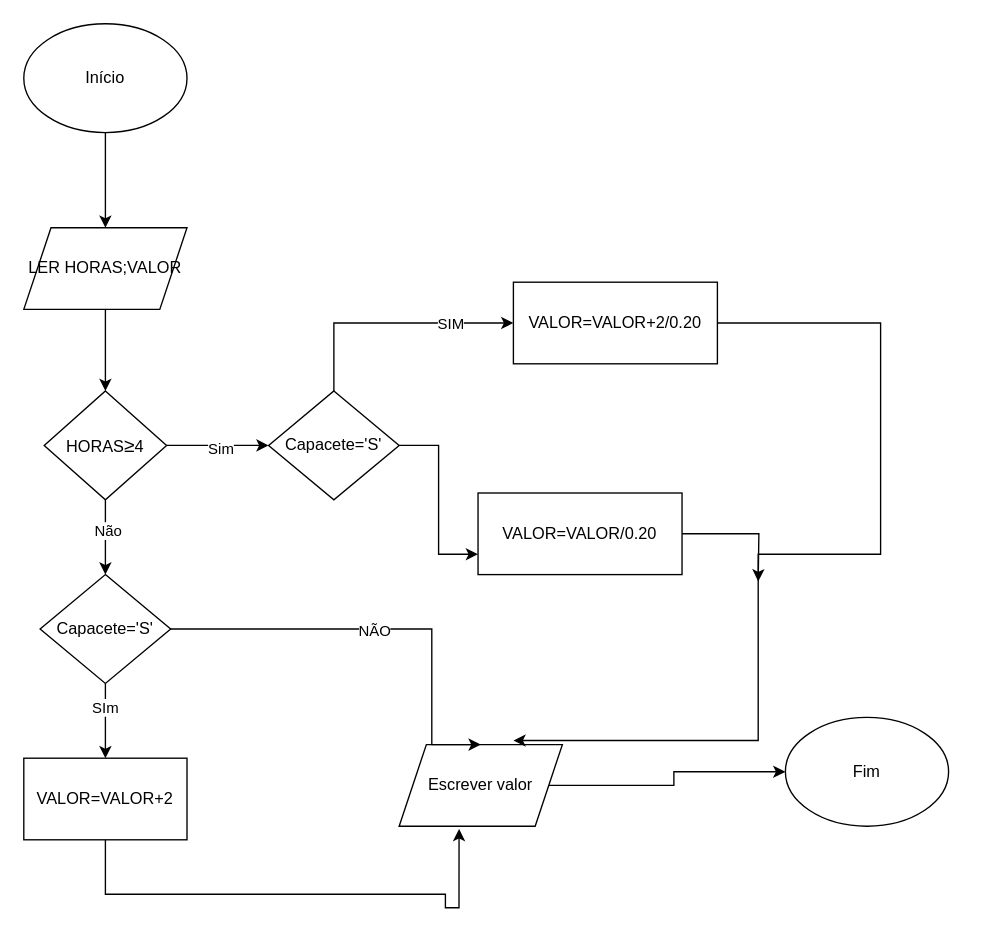
Before: TESTE EX9.drawio in Rato0101/Fluxogramas, a draw.io diagram. Source tidied: cells renumbered, new cells numbered last; positions are measured from the earlier drawing's top-left corner, leaving out a move shared by most shapes. Both pictures are drawn from the tidied source at 136%, with x=0, y=0 at pixel (23, 23).
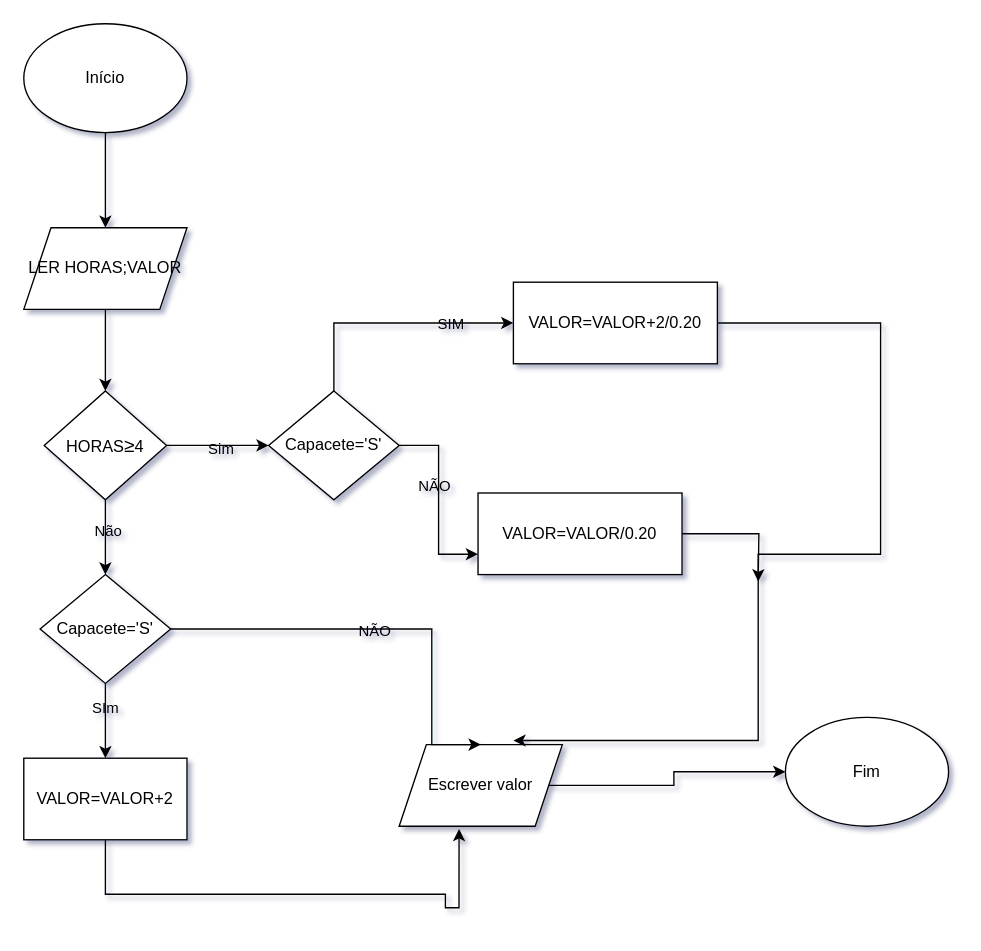
Above is the later version.

What changed in the source:
```diff
@@
-<mxGraphModel>
+<mxGraphModel shadow="1">
@@
-    <mxCell id="2" value="Fim" style="ellipse;whiteSpace=wrap;html=1;shapeInside=1;" parent="1" vertex="1">
+    <mxCell id="2" value="Fim" style="ellipse;whiteSpace=wrap;html=1;shapeInside=1;labelBackgroundColor=none;" parent="1" vertex="1">
       <mxGeometry x="560" y="510" width="120" height="80" as="geometry" />
     </mxCell>
-    <mxCell id="3" style="edgeStyle=orthogonalEdgeStyle;rounded=0;jettySize=auto;html=1;entryX=0.5;entryY=0;entryDx=0;entryDy=0;" parent="1" edge="1" source="4" target="8">
+    <mxCell id="3" style="edgeStyle=orthogonalEdgeStyle;rounded=0;jettySize=auto;html=1;entryX=0.5;entryY=0;entryDx=0;entryDy=0;labelBackgroundColor=none;fontColor=default;" parent="1" edge="1" source="4" target="8">
       <mxGeometry relative="1" as="geometry" />
     </mxCell>
-    <mxCell id="4" value="Início" style="ellipse;whiteSpace=wrap;html=1;shapeInside=1;" parent="1" vertex="1">
+    <mxCell id="4" value="Início" style="ellipse;whiteSpace=wrap;html=1;shapeInside=1;labelBackgroundColor=none;" parent="1" vertex="1">
       <mxGeometry width="120" height="80" as="geometry" />
     </mxCell>
-    <mxCell id="5" style="edgeStyle=orthogonalEdgeStyle;rounded=0;jettySize=auto;html=1;entryX=0;entryY=0.5;entryDx=0;entryDy=0;" parent="1" edge="1" source="6" target="2">
+    <mxCell id="5" style="edgeStyle=orthogonalEdgeStyle;rounded=0;jettySize=auto;html=1;entryX=0;entryY=0.5;entryDx=0;entryDy=0;labelBackgroundColor=none;fontColor=default;" parent="1" edge="1" source="6" target="2">
       <mxGeometry relative="1" as="geometry" />
     </mxCell>
-    <mxCell id="6" value="Escrever valor" style="shape=parallelogram;perimeter=parallelogramPerimeter;whiteSpace=wrap;html=1;shapeInside=1;fixedSize=1;" parent="1" vertex="1">
+    <mxCell id="6" value="Escrever valor" style="shape=parallelogram;perimeter=parallelogramPerimeter;whiteSpace=wrap;html=1;shapeInside=1;fixedSize=1;labelBackgroundColor=none;" parent="1" vertex="1">
       <mxGeometry x="276" y="530" width="120" height="60" as="geometry" />
     </mxCell>
-    <mxCell id="7" style="edgeStyle=orthogonalEdgeStyle;rounded=0;jettySize=auto;html=1;entryX=0.5;entryY=0;entryDx=0;entryDy=0;" parent="1" edge="1" source="8" target="13">
+    <mxCell id="7" style="edgeStyle=orthogonalEdgeStyle;rounded=0;jettySize=auto;html=1;entryX=0.5;entryY=0;entryDx=0;entryDy=0;labelBackgroundColor=none;fontColor=default;" parent="1" edge="1" source="8" target="13">
       <mxGeometry relative="1" as="geometry" />
     </mxCell>
-    <mxCell id="8" value="LER HORAS;VALOR" style="shape=parallelogram;perimeter=parallelogramPerimeter;whiteSpace=wrap;html=1;shapeInside=1;fixedSize=1;" parent="1" vertex="1">
+    <mxCell id="8" value="LER HORAS;VALOR" style="shape=parallelogram;perimeter=parallelogramPerimeter;whiteSpace=wrap;html=1;shapeInside=1;fixedSize=1;labelBackgroundColor=none;" parent="1" vertex="1">
       <mxGeometry y="150" width="120" height="60" as="geometry" />
     </mxCell>
-    <mxCell id="9" style="edgeStyle=orthogonalEdgeStyle;rounded=0;jettySize=auto;html=1;" parent="1" edge="1" source="13" target="24">
+    <mxCell id="9" style="edgeStyle=orthogonalEdgeStyle;rounded=0;jettySize=auto;html=1;labelBackgroundColor=none;fontColor=default;" parent="1" edge="1" source="13" target="24">
       <mxGeometry relative="1" as="geometry" />
     </mxCell>
-    <mxCell id="10" value="Sim" style="edgeLabel;html=1;align=center;verticalAlign=middle;" parent="9" vertex="1">
+    <mxCell id="10" value="Sim" style="edgeLabel;html=1;align=center;verticalAlign=middle;labelBackgroundColor=none;" parent="9" vertex="1">
       <mxGeometry x="0.04" y="-2" relative="1" as="geometry" />
     </mxCell>
-    <mxCell id="11" style="edgeStyle=orthogonalEdgeStyle;rounded=0;jettySize=auto;html=1;" parent="1" edge="1" source="13" target="18">
+    <mxCell id="11" style="edgeStyle=orthogonalEdgeStyle;rounded=0;jettySize=auto;html=1;labelBackgroundColor=none;fontColor=default;" parent="1" edge="1" source="13" target="18">
       <mxGeometry relative="1" as="geometry" />
     </mxCell>
-    <mxCell id="12" value="Não" style="edgeLabel;html=1;align=center;verticalAlign=middle;" parent="11" vertex="1">
+    <mxCell id="12" value="Não" style="edgeLabel;html=1;align=center;verticalAlign=middle;labelBackgroundColor=none;" parent="11" vertex="1">
       <mxGeometry x="-0.2" y="1" relative="1" as="geometry" />
     </mxCell>
-    <mxCell id="13" value="HORAS&lt;font style=&quot;font-size: 14px;&quot;&gt;≥&lt;/font&gt;4" style="rhombus;whiteSpace=wrap;html=1;shapeInside=1;" parent="1" vertex="1">
+    <mxCell id="13" value="HORAS&lt;font style=&quot;font-size: 14px;&quot;&gt;≥&lt;/font&gt;4" style="rhombus;whiteSpace=wrap;html=1;shapeInside=1;labelBackgroundColor=none;" parent="1" vertex="1">
       <mxGeometry x="15" y="270" width="90" height="80" as="geometry" />
     </mxCell>
-    <mxCell id="14" style="edgeStyle=orthogonalEdgeStyle;rounded=0;jettySize=auto;html=1;" parent="1" edge="1" source="18" target="26">
+    <mxCell id="14" style="edgeStyle=orthogonalEdgeStyle;rounded=0;jettySize=auto;html=1;labelBackgroundColor=none;fontColor=default;" parent="1" edge="1" source="18" target="26">
       <mxGeometry relative="1" as="geometry" />
     </mxCell>
-    <mxCell id="15" value="SIm" style="edgeLabel;html=1;align=center;verticalAlign=middle;" parent="14" vertex="1">
+    <mxCell id="15" value="SIm" style="edgeLabel;html=1;align=center;verticalAlign=middle;labelBackgroundColor=none;" parent="14" vertex="1">
       <mxGeometry x="-0.38" y="-1" relative="1" as="geometry" />
     </mxCell>
-    <mxCell id="16" style="edgeStyle=orthogonalEdgeStyle;rounded=0;jettySize=auto;html=1;entryX=0.5;entryY=0;entryDx=0;entryDy=0;" parent="1" edge="1" target="6">
+    <mxCell id="16" style="edgeStyle=orthogonalEdgeStyle;rounded=0;jettySize=auto;html=1;entryX=0.5;entryY=0;entryDx=0;entryDy=0;labelBackgroundColor=none;fontColor=default;" parent="1" edge="1" target="6">
       <mxGeometry x="0.05" relative="1" as="geometry">
         <mxPoint x="78" y="440" as="sourcePoint" />
         <Array as="points">
           <mxPoint x="78" y="445" />
           <mxPoint x="300" y="445" />
           <mxPoint x="300" y="530" />
         </Array>
       </mxGeometry>
     </mxCell>
-    <mxCell id="17" value="NÃO" style="edgeLabel;html=1;align=center;verticalAlign=middle;" parent="16" vertex="1">
+    <mxCell id="17" value="NÃO" style="edgeLabel;html=1;align=center;verticalAlign=middle;labelBackgroundColor=none;" parent="16" vertex="1">
       <mxGeometry x="0.06" y="-1" relative="1" as="geometry" />
     </mxCell>
-    <mxCell id="18" value="Capacete='S'" style="rhombus;whiteSpace=wrap;html=1;shapeInside=1;" parent="1" vertex="1">
+    <mxCell id="18" value="Capacete='S'" style="rhombus;whiteSpace=wrap;html=1;shapeInside=1;labelBackgroundColor=none;" parent="1" vertex="1">
       <mxGeometry x="12" y="405" width="96" height="80" as="geometry" />
     </mxCell>
-    <mxCell id="19" style="edgeStyle=orthogonalEdgeStyle;rounded=0;jettySize=auto;html=1;entryX=0.7;entryY=-0.05;entryDx=0;entryDy=0;entryPerimeter=0;" parent="1" edge="1" source="20" target="6">
+    <mxCell id="19" style="edgeStyle=orthogonalEdgeStyle;rounded=0;jettySize=auto;html=1;entryX=0.7;entryY=-0.05;entryDx=0;entryDy=0;entryPerimeter=0;labelBackgroundColor=none;fontColor=default;" parent="1" edge="1" source="20" target="6">
       <mxGeometry x="-0.83" relative="1" as="geometry">
         <Array as="points">
           <mxPoint x="630" y="220" />
           <mxPoint x="630" y="390" />
           <mxPoint x="540" y="390" />
           <mxPoint x="540" y="527" />
         </Array>
       </mxGeometry>
     </mxCell>
-    <mxCell id="20" value="VALOR=VALOR+2/0.20" style="rounded=0;whiteSpace=wrap;html=1;" parent="1" vertex="1">
+    <mxCell id="20" value="VALOR=VALOR+2/0.20" style="rounded=0;whiteSpace=wrap;html=1;labelBackgroundColor=none;" parent="1" vertex="1">
       <mxGeometry x="360" y="190" width="150" height="60" as="geometry" />
     </mxCell>
-    <mxCell id="21" style="edgeStyle=orthogonalEdgeStyle;rounded=0;jettySize=auto;html=1;entryX=0;entryY=0.5;entryDx=0;entryDy=0;exitX=0.5;exitY=0;exitDx=0;exitDy=0;" parent="1" edge="1" source="24" target="20">
+    <mxCell id="21" style="edgeStyle=orthogonalEdgeStyle;rounded=0;jettySize=auto;html=1;entryX=0;entryY=0.5;entryDx=0;entryDy=0;exitX=0.5;exitY=0;exitDx=0;exitDy=0;labelBackgroundColor=none;fontColor=default;" parent="1" edge="1" source="24" target="20">
       <mxGeometry relative="1" as="geometry" />
     </mxCell>
-    <mxCell id="22" value="SIM" style="edgeLabel;html=1;align=center;verticalAlign=middle;" parent="21" vertex="1">
+    <mxCell id="22" value="SIM" style="edgeLabel;html=1;align=center;verticalAlign=middle;labelBackgroundColor=none;" parent="21" vertex="1">
       <mxGeometry x="0.48" relative="1" as="geometry" />
     </mxCell>
-    <mxCell id="23" style="edgeStyle=orthogonalEdgeStyle;rounded=0;jettySize=auto;html=1;entryX=0;entryY=0.75;entryDx=0;entryDy=0;" parent="1" edge="1" source="24" target="28">
+    <mxCell id="23" style="edgeStyle=orthogonalEdgeStyle;rounded=0;jettySize=auto;html=1;entryX=0;entryY=0.75;entryDx=0;entryDy=0;labelBackgroundColor=none;fontColor=default;" parent="1" edge="1" source="24" target="28">
       <mxGeometry relative="1" as="geometry" />
     </mxCell>
+    <mxCell id="29" value="NÃO" style="edgeLabel;html=1;align=center;verticalAlign=middle;labelBackgroundColor=none;" parent="23" vertex="1">
+      <mxGeometry x="-0.16" y="-4" relative="1" as="geometry" />
+    </mxCell>
-    <mxCell id="24" value="Capacete='S'" style="rhombus;whiteSpace=wrap;html=1;shapeInside=1;" parent="1" vertex="1">
+    <mxCell id="24" value="Capacete='S'" style="rhombus;whiteSpace=wrap;html=1;shapeInside=1;labelBackgroundColor=none;" parent="1" vertex="1">
       <mxGeometry x="180" y="270" width="96" height="80" as="geometry" />
     </mxCell>
-    <mxCell id="25" style="edgeStyle=orthogonalEdgeStyle;rounded=0;jettySize=auto;html=1;entryX=0.367;entryY=1.033;entryDx=0;entryDy=0;entryPerimeter=0;" parent="1" edge="1" source="26" target="6">
+    <mxCell id="25" style="edgeStyle=orthogonalEdgeStyle;rounded=0;jettySize=auto;html=1;entryX=0.367;entryY=1.033;entryDx=0;entryDy=0;entryPerimeter=0;labelBackgroundColor=none;fontColor=default;" parent="1" edge="1" source="26" target="6">
       <mxGeometry x="-0.46" relative="1" as="geometry">
         <Array as="points">
           <mxPoint x="60" y="640" />
           <mxPoint x="310" y="640" />
           <mxPoint x="310" y="650" />
           <mxPoint x="320" y="650" />
         </Array>
       </mxGeometry>
     </mxCell>
-    <mxCell id="26" value="VALOR=VALOR+2" style="rounded=0;whiteSpace=wrap;html=1;" parent="1" vertex="1">
+    <mxCell id="26" value="VALOR=VALOR+2" style="rounded=0;whiteSpace=wrap;html=1;labelBackgroundColor=none;" parent="1" vertex="1">
       <mxGeometry y="540" width="120" height="60" as="geometry" />
     </mxCell>
-    <mxCell id="27" style="edgeStyle=orthogonalEdgeStyle;rounded=0;jettySize=auto;html=1;" parent="1" edge="1" source="28">
+    <mxCell id="27" style="edgeStyle=orthogonalEdgeStyle;rounded=0;jettySize=auto;html=1;labelBackgroundColor=none;fontColor=default;" parent="1" edge="1" source="28">
       <mxGeometry relative="1" as="geometry">
         <mxPoint x="540" y="410" as="targetPoint" />
       </mxGeometry>
     </mxCell>
-    <mxCell id="28" value="VALOR=VALOR/0.20" style="rounded=0;whiteSpace=wrap;html=1;" parent="1" vertex="1">
+    <mxCell id="28" value="VALOR=VALOR/0.20" style="rounded=0;whiteSpace=wrap;html=1;labelBackgroundColor=none;" parent="1" vertex="1">
       <mxGeometry x="334" y="345" width="150" height="60" as="geometry" />
     </mxCell>
```
